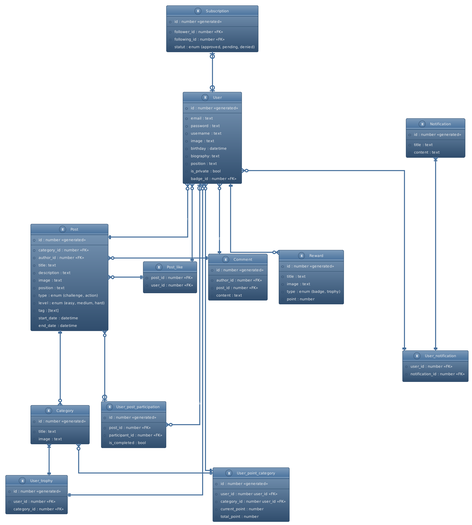
Earlier version of the PlantUML export conception/diagrams/entity_relation/entity_relation_join_tables.png (Eco-Gest/Frontend-Flutter).
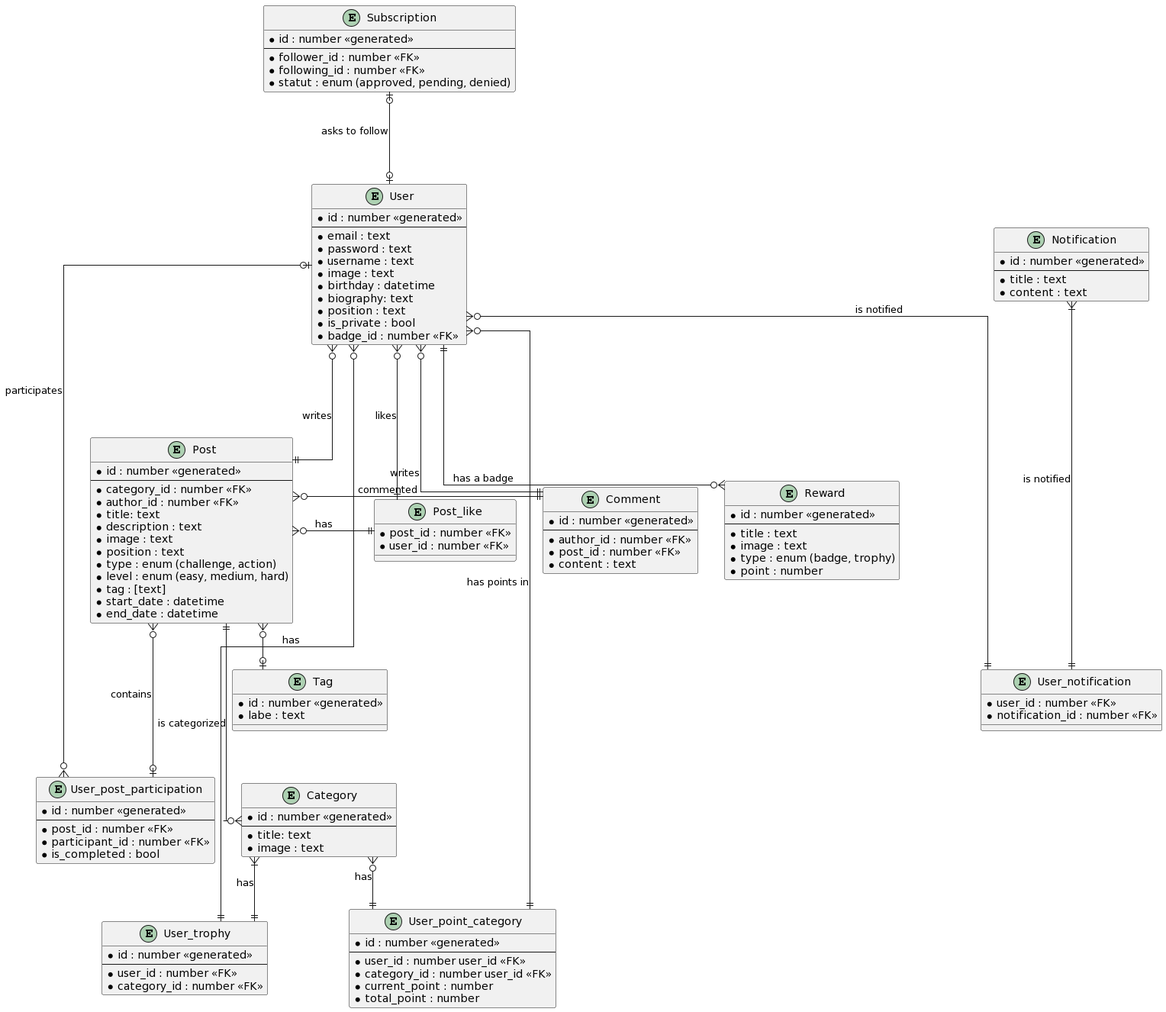
Later version of the same file.

Commit message:
update diagrams entity relation

Change to the diagram source:
```diff
@@ -1,5 +1,4 @@
 @startuml
-!theme spacelab
 
 skinparam linetype ortho
 
@@ -106,6 +105,12 @@
   *user_id : number <<FK>>
 }
 
+Entity "Tag" as tag {
+  *id : number <<generated>>
+  *labe : text
+}
+
+
 u |o-down--o{ upp : participates
 p }o---o| upp : contains
 u }o-down--|| p : writes
@@ -122,4 +127,5 @@
 u }o--|| ut : has
 cat }|--|| ut : has
 cat }o--|| upc : has
+p }o--o| tag
 @enduml
```
